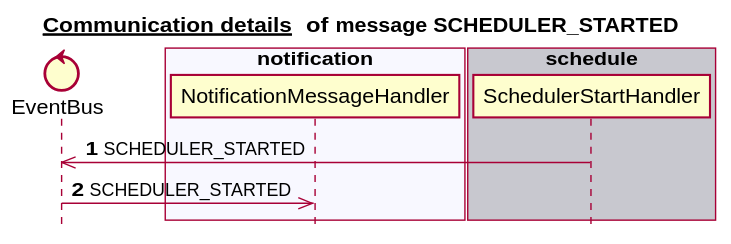
mercedes-benz/sechub keeps this PlantUML diagram as docs/latest/images/gen_domain_messaging_scheduler_started.svg. Above is the earlier version.
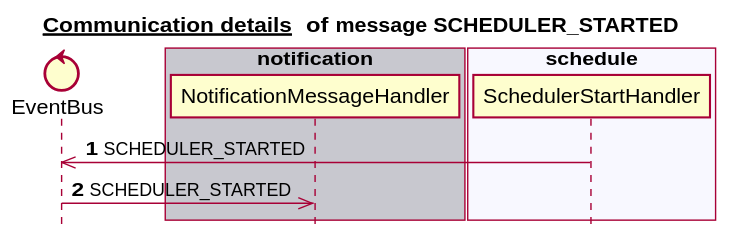
The same file after the commit.

Change to the diagram source:
```diff
@@ -6,17 +6,17 @@
 
 
 control EventBus
-box "scan" #C8C8CF
+box "notification" #C8C8CF
+   participant NotificationMessageHandler
 end box
 box "authorization" #F8F8FF
 end box
 box "administration" #C8C8CF
 end box
-box "notification" #F8F8FF
-   participant NotificationMessageHandler
+box "schedule" #F8F8FF
+   participant SchedulerStartHandler
 end box
-box "schedule" #C8C8CF
-   participant SchedulerStartHandler
+box "scan" #C8C8CF
 end box
 autonumber 1
 SchedulerStartHandler ->> EventBus:SCHEDULER_STARTED
```
